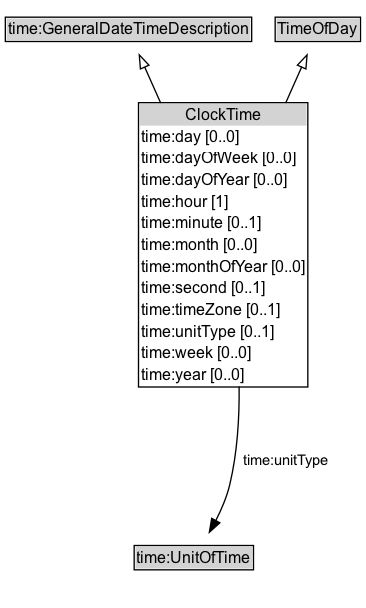
Above: docs/diagrams/ClockTime.dot.png in k-vaughn/ontology-its-time (Graphviz), before the change. Its source is kept beside it as docs/diagrams/ClockTime.dot.
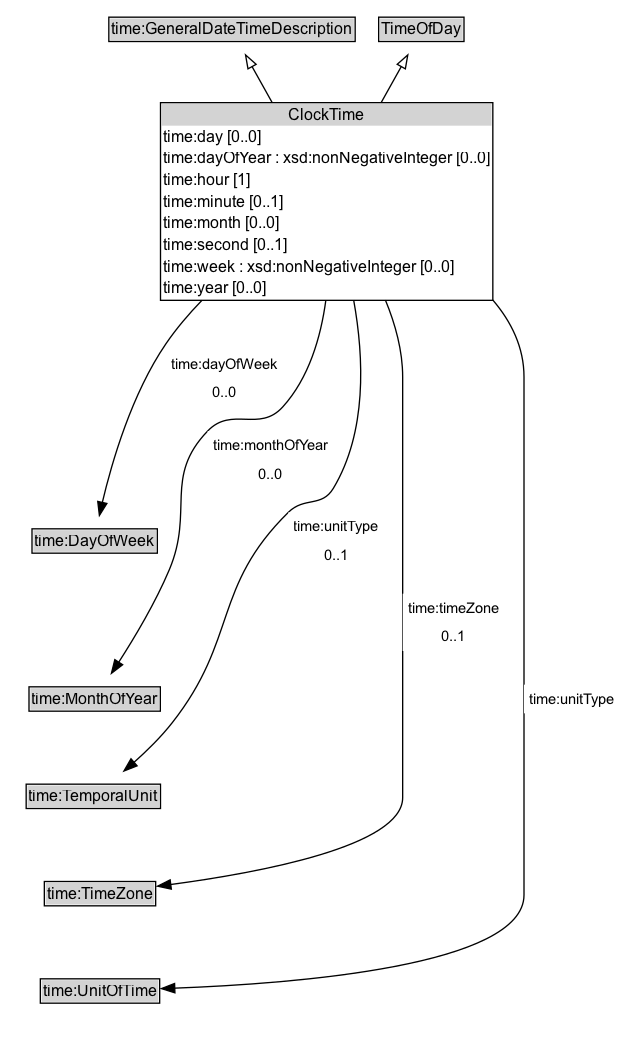
After the change.

Diff of the diagram source:
```diff
@@ -7,19 +7,35 @@
 		time_GeneralDateTimeDescription [label=<<TABLE BORDER="1" CELLBORDER="0" CELLSPACING="0" CELLPADDING="1"><TR><TD BGCOLOR="lightgray" ALIGN="CENTER">time:GeneralDateTimeDescription</TD></TR></TABLE>> URL="https://w3id.org/citydata/imported/time/latest/GeneralDateTimeDescription" margin=0]
 		TimeOfDay [label=<<TABLE BORDER="1" CELLBORDER="0" CELLSPACING="0" CELLPADDING="1"><TR><TD BGCOLOR="lightgray" ALIGN="CENTER">TimeOfDay</TD></TR></TABLE>> URL="../TimeOfDay" margin=0]
 	}
-	ClockTime [label=<<TABLE BORDER="1" CELLBORDER="0" CELLSPACING="0" CELLPADDING="1"><TR><TD BGCOLOR="lightgray" ALIGN="CENTER">ClockTime</TD></TR><TR><TD ALIGN="LEFT">time:day [0..0]</TD></TR><TR><TD ALIGN="LEFT">time:dayOfWeek [0..0]</TD></TR><TR><TD ALIGN="LEFT">time:dayOfYear [0..0]</TD></TR><TR><TD ALIGN="LEFT">time:hour [1]</TD></TR><TR><TD ALIGN="LEFT">time:minute [0..1]</TD></TR><TR><TD ALIGN="LEFT">time:month [0..0]</TD></TR><TR><TD ALIGN="LEFT">time:monthOfYear [0..0]</TD></TR><TR><TD ALIGN="LEFT">time:second [0..1]</TD></TR><TR><TD ALIGN="LEFT">time:timeZone [0..1]</TD></TR><TR><TD ALIGN="LEFT">time:unitType [0..1]</TD></TR><TR><TD ALIGN="LEFT">time:week [0..0]</TD></TR><TR><TD ALIGN="LEFT">time:year [0..0]</TD></TR></TABLE>> URL="../ClockTime" margin=0]
+	ClockTime [label=<<TABLE BORDER="1" CELLBORDER="0" CELLSPACING="0" CELLPADDING="1"><TR><TD BGCOLOR="lightgray" ALIGN="CENTER">ClockTime</TD></TR><TR><TD ALIGN="LEFT">time:day [0..0]</TD></TR><TR><TD ALIGN="LEFT">time:dayOfYear : xsd:nonNegativeInteger [0..0]</TD></TR><TR><TD ALIGN="LEFT">time:hour [1]</TD></TR><TR><TD ALIGN="LEFT">time:minute [0..1]</TD></TR><TR><TD ALIGN="LEFT">time:month [0..0]</TD></TR><TR><TD ALIGN="LEFT">time:second [0..1]</TD></TR><TR><TD ALIGN="LEFT">time:week : xsd:nonNegativeInteger [0..0]</TD></TR><TR><TD ALIGN="LEFT">time:year [0..0]</TD></TR></TABLE>> URL="../ClockTime" margin=0]
 	{
 		rank=max
 	}
 	subgraph cluster_associated {
 		label="" style=invis
 		Invis [label=<<TABLE BORDER="0" CELLBORDER="0" CELLSPACING="0" CELLPADDING="1"><TR><TD></TD></TR></TABLE>> margin=0 style=invis]
+		time_DayOfWeek [label=<<TABLE BORDER="1" CELLBORDER="0" CELLSPACING="0" CELLPADDING="1"><TR><TD BGCOLOR="lightgray" ALIGN="CENTER">time:DayOfWeek</TD></TR></TABLE>> URL="https://w3id.org/citydata/imported/time/latest/DayOfWeek" margin=0]
+		time_MonthOfYear [label=<<TABLE BORDER="1" CELLBORDER="0" CELLSPACING="0" CELLPADDING="1"><TR><TD BGCOLOR="lightgray" ALIGN="CENTER">time:MonthOfYear</TD></TR></TABLE>> URL="https://w3id.org/citydata/imported/time/latest/MonthOfYear" margin=0]
+		time_TemporalUnit [label=<<TABLE BORDER="1" CELLBORDER="0" CELLSPACING="0" CELLPADDING="1"><TR><TD BGCOLOR="lightgray" ALIGN="CENTER">time:TemporalUnit</TD></TR></TABLE>> URL="https://w3id.org/citydata/imported/time/latest/TemporalUnit" margin=0]
+		time_TimeZone [label=<<TABLE BORDER="1" CELLBORDER="0" CELLSPACING="0" CELLPADDING="1"><TR><TD BGCOLOR="lightgray" ALIGN="CENTER">time:TimeZone</TD></TR></TABLE>> URL="https://w3id.org/citydata/imported/time/latest/TimeZone" margin=0]
 		time_UnitOfTime [label=<<TABLE BORDER="1" CELLBORDER="0" CELLSPACING="0" CELLPADDING="1"><TR><TD BGCOLOR="lightgray" ALIGN="CENTER">time:UnitOfTime</TD></TR></TABLE>> URL="https://w3id.org/citydata/imported/time/latest/UnitOfTime" margin=0]
 	}
 	ClockTime -> time_GeneralDateTimeDescription [arrowhead=onormal style=solid]
 	ClockTime -> TimeOfDay [arrowhead=onormal style=solid]
 	ClockTime -> Invis [style=invis]
-	Invis -> time_UnitOfTime [style=invis]
+	Invis -> time_DayOfWeek [style=invis]
+	time_DayOfWeek -> time_MonthOfYear [style=invis]
+	time_MonthOfYear -> time_TemporalUnit [style=invis]
+	time_TemporalUnit -> time_TimeZone [style=invis]
+	time_TimeZone -> time_UnitOfTime [style=invis]
 	time_UnitOfTime [label=<<TABLE BORDER="1" CELLBORDER="0" CELLSPACING="0" CELLPADDING="1"><TR><TD BGCOLOR="lightgray" ALIGN="CENTER">time:UnitOfTime</TD></TR></TABLE>> URL="https://w3id.org/citydata/imported/time/latest/UnitOfTime" margin=0]
 	ClockTime -> time_UnitOfTime [label=<<TABLE BORDER="0" CELLBORDER="0" CELLSPACING="0" CELLPADDING="4" BGCOLOR="white"><TR><TD ALIGN="CENTER">time:unitType</TD></TR></TABLE>> arrowhead=normal style=solid]
+	time_TimeZone [label=<<TABLE BORDER="1" CELLBORDER="0" CELLSPACING="0" CELLPADDING="1"><TR><TD BGCOLOR="lightgray" ALIGN="CENTER">time:TimeZone</TD></TR></TABLE>> URL="https://w3id.org/citydata/imported/time/latest/TimeZone" margin=0]
+	ClockTime -> time_TimeZone [label=<<TABLE BORDER="0" CELLBORDER="0" CELLSPACING="0" CELLPADDING="4" BGCOLOR="white"><TR><TD ALIGN="CENTER">time:timeZone</TD></TR><TR><TD ALIGN="CENTER">0..1</TD></TR></TABLE>> arrowhead=normal style=solid]
+	time_TemporalUnit [label=<<TABLE BORDER="1" CELLBORDER="0" CELLSPACING="0" CELLPADDING="1"><TR><TD BGCOLOR="lightgray" ALIGN="CENTER">time:TemporalUnit</TD></TR></TABLE>> URL="https://w3id.org/citydata/imported/time/latest/TemporalUnit" margin=0]
+	ClockTime -> time_TemporalUnit [label=<<TABLE BORDER="0" CELLBORDER="0" CELLSPACING="0" CELLPADDING="4" BGCOLOR="white"><TR><TD ALIGN="CENTER">time:unitType</TD></TR><TR><TD ALIGN="CENTER">0..1</TD></TR></TABLE>> arrowhead=normal style=solid]
+	time_DayOfWeek [label=<<TABLE BORDER="1" CELLBORDER="0" CELLSPACING="0" CELLPADDING="1"><TR><TD BGCOLOR="lightgray" ALIGN="CENTER">time:DayOfWeek</TD></TR></TABLE>> URL="https://w3id.org/citydata/imported/time/latest/DayOfWeek" margin=0]
+	ClockTime -> time_DayOfWeek [label=<<TABLE BORDER="0" CELLBORDER="0" CELLSPACING="0" CELLPADDING="4" BGCOLOR="white"><TR><TD ALIGN="CENTER">time:dayOfWeek</TD></TR><TR><TD ALIGN="CENTER">0..0</TD></TR></TABLE>> arrowhead=normal style=solid]
+	time_MonthOfYear [label=<<TABLE BORDER="1" CELLBORDER="0" CELLSPACING="0" CELLPADDING="1"><TR><TD BGCOLOR="lightgray" ALIGN="CENTER">time:MonthOfYear</TD></TR></TABLE>> URL="https://w3id.org/citydata/imported/time/latest/MonthOfYear" margin=0]
+	ClockTime -> time_MonthOfYear [label=<<TABLE BORDER="0" CELLBORDER="0" CELLSPACING="0" CELLPADDING="4" BGCOLOR="white"><TR><TD ALIGN="CENTER">time:monthOfYear</TD></TR><TR><TD ALIGN="CENTER">0..0</TD></TR></TABLE>> arrowhead=normal style=solid]
 }
```
